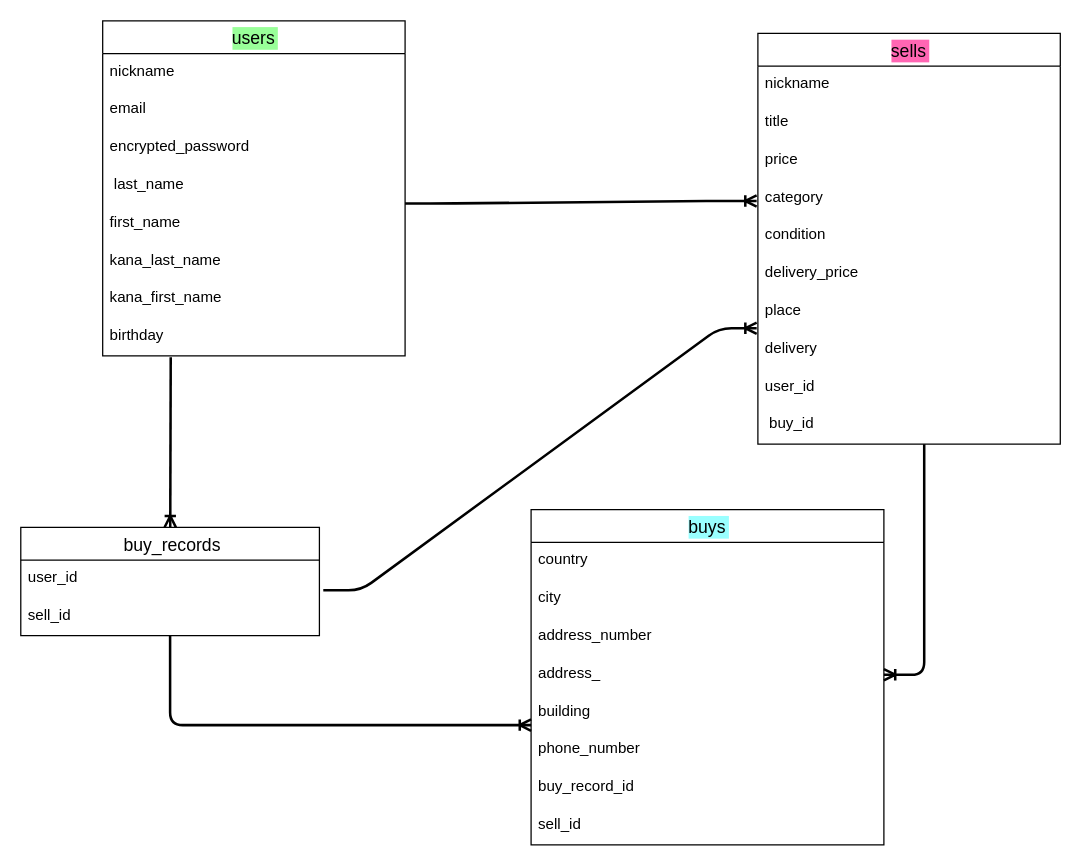
The draw.io diagram furima.dio in utidayudai/furima-38448, before the edit. Source tidied: cells renumbered, new cells numbered last; positions are measured from the earlier drawing's top-left corner, leaving out a move shared by most shapes. Both pictures are drawn from the tidied source at 126%, with x=0, y=0 at pixel (20, 20).
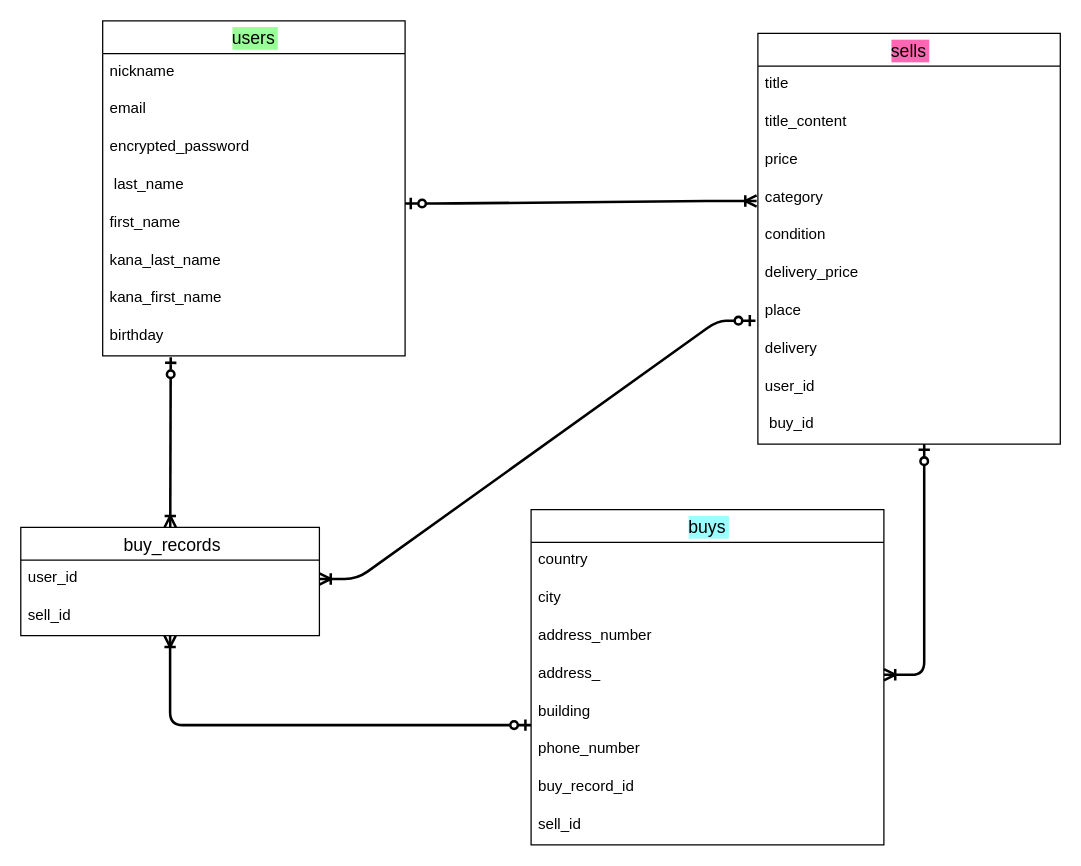
After the change.

Unchanged cells that the change refers to:
```xml
<mxCell id="11" value="birthday" style="text;strokeColor=none;fillColor=none;spacingLeft=4;spacingRight=4;overflow=hidden;points=[[0,0.5],[1,0.5]];portConstraint=eastwest;fontSize=12;" parent="3" vertex="1">
  <mxGeometry y="236" width="240" height="30" as="geometry" />
</mxCell>
<mxCell id="13" value="sells" style="swimlane;fontStyle=0;horizontal=1;startSize=26;align=center;fontSize=14;labelBackgroundColor=#FF66B3;" parent="1" vertex="1">
  <mxGeometry x="585" y="10" width="240" height="326" as="geometry" />
</mxCell>
<mxCell id="20" value="place" style="text;strokeColor=none;fillColor=none;spacingLeft=4;spacingRight=4;overflow=hidden;points=[[0,0.5],[1,0.5]];portConstraint=eastwest;fontSize=12;labelBackgroundColor=none;" parent="13" vertex="1">
  <mxGeometry y="206" width="240" height="30" as="geometry" />
</mxCell>
<mxCell id="21" value="delivery" style="text;strokeColor=none;fillColor=none;spacingLeft=4;spacingRight=4;overflow=hidden;points=[[0,0.5],[1,0.5]];portConstraint=eastwest;fontSize=12;labelBackgroundColor=none;" parent="13" vertex="1">
  <mxGeometry y="236" width="240" height="30" as="geometry" />
</mxCell>
<mxCell id="23" value=" buy_id" style="text;strokeColor=none;fillColor=none;spacingLeft=4;spacingRight=4;overflow=hidden;points=[[0,0.5],[1,0.5]];portConstraint=eastwest;fontSize=12;labelBackgroundColor=none;" parent="13" vertex="1">
  <mxGeometry y="296" width="240" height="30" as="geometry" />
</mxCell>
<mxCell id="28" value="address_" style="text;strokeColor=none;fillColor=none;spacingLeft=4;spacingRight=4;overflow=hidden;points=[[0,0.5],[1,0.5]];portConstraint=eastwest;fontSize=12;" parent="24" vertex="1">
  <mxGeometry y="116" width="280" height="30" as="geometry" />
</mxCell>
<mxCell id="29" value="building" style="text;strokeColor=none;fillColor=none;spacingLeft=4;spacingRight=4;overflow=hidden;points=[[0,0.5],[1,0.5]];portConstraint=eastwest;fontSize=12;" parent="24" vertex="1">
  <mxGeometry y="146" width="280" height="30" as="geometry" />
</mxCell>
<mxCell id="35" value=" buy_records" style="swimlane;fontStyle=0;horizontal=1;startSize=26;align=center;fontSize=14;" parent="1" vertex="1">
  <mxGeometry y="402" width="237" height="86" as="geometry" />
</mxCell>
<mxCell id="36" value="user_id" style="text;strokeColor=none;fillColor=none;spacingLeft=4;spacingRight=4;overflow=hidden;points=[[0,0.5],[1,0.5]];portConstraint=eastwest;fontSize=12;" parent="35" vertex="1">
  <mxGeometry y="26" width="237" height="30" as="geometry" />
</mxCell>
```

What changed in the source:
```diff
@@
-    <mxCell id="2" style="edgeStyle=none;html=1;endArrow=ERoneToMany;endFill=0;strokeWidth=2;exitX=0.225;exitY=1.033;exitDx=0;exitDy=0;exitPerimeter=0;" parent="1" edge="1" source="11" target="35">
+    <mxCell id="2" style="edgeStyle=none;html=1;endArrow=ERoneToMany;endFill=0;strokeWidth=2;exitX=0.225;exitY=1.033;exitDx=0;exitDy=0;exitPerimeter=0;startArrow=ERzeroToOne;startFill=0;" parent="1" edge="1" source="11" target="35">
       <mxGeometry relative="1" as="geometry" />
     </mxCell>
@@
-    <mxCell id="12" style="edgeStyle=orthogonalEdgeStyle;html=1;endArrow=ERoneToMany;endFill=0;strokeWidth=2;exitX=0.55;exitY=1;exitDx=0;exitDy=0;exitPerimeter=0;entryX=1;entryY=0.5;entryDx=0;entryDy=0;" parent="1" edge="1" source="23" target="28">
+    <mxCell id="12" style="edgeStyle=orthogonalEdgeStyle;html=1;endArrow=ERoneToMany;endFill=0;strokeWidth=2;exitX=0.55;exitY=1;exitDx=0;exitDy=0;exitPerimeter=0;entryX=1;entryY=0.5;entryDx=0;entryDy=0;startArrow=ERzeroToOne;startFill=0;" parent="1" edge="1" source="23" target="28">
       <mxGeometry relative="1" as="geometry" />
     </mxCell>
@@
-    <mxCell id="14" value="nickname" style="text;strokeColor=none;fillColor=none;spacingLeft=4;spacingRight=4;overflow=hidden;fontSize=12;labelBackgroundColor=none;" parent="13" vertex="1">
+    <mxCell id="14" value="title" style="text;strokeColor=none;fillColor=none;spacingLeft=4;spacingRight=4;overflow=hidden;fontSize=12;labelBackgroundColor=none;" parent="13" vertex="1">
       <mxGeometry y="26" width="240" height="30" as="geometry" />
     </mxCell>
-    <mxCell id="15" value="title" style="text;strokeColor=none;fillColor=none;spacingLeft=4;spacingRight=4;overflow=hidden;fontSize=12;labelBackgroundColor=none;" parent="13" vertex="1">
+    <mxCell id="15" value="title_content" style="text;strokeColor=none;fillColor=none;spacingLeft=4;spacingRight=4;overflow=hidden;fontSize=12;labelBackgroundColor=none;" parent="13" vertex="1">
       <mxGeometry y="56" width="240" height="30" as="geometry" />
     </mxCell>
@@
-    <mxCell id="33" style="edgeStyle=entityRelationEdgeStyle;fontSize=12;html=1;endArrow=ERoneToMany;strokeWidth=2;elbow=vertical;jumpSize=7;" parent="1" edge="1">
+    <mxCell id="33" style="edgeStyle=entityRelationEdgeStyle;fontSize=12;html=1;endArrow=ERoneToMany;strokeWidth=2;elbow=vertical;jumpSize=7;startArrow=ERzeroToOne;startFill=0;" parent="1" edge="1">
       <mxGeometry relative="1" as="geometry">
         <mxPoint x="305" y="145" as="sourcePoint" />
         <mxPoint x="584" y="143" as="targetPoint" />
       </mxGeometry>
     </mxCell>
-    <mxCell id="34" style="edgeStyle=orthogonalEdgeStyle;html=1;entryX=0;entryY=0.833;entryDx=0;entryDy=0;entryPerimeter=0;endArrow=ERoneToMany;endFill=0;strokeWidth=2;" parent="1" edge="1" source="35" target="29">
+    <mxCell id="34" style="edgeStyle=orthogonalEdgeStyle;html=1;entryX=0;entryY=0.833;entryDx=0;entryDy=0;entryPerimeter=0;endArrow=ERzeroToOne;endFill=0;strokeWidth=2;startArrow=ERoneToMany;startFill=0;" parent="1" edge="1" source="35" target="29">
       <mxGeometry relative="1" as="geometry" />
     </mxCell>
@@
-    <mxCell id="38" style="edgeStyle=entityRelationEdgeStyle;fontSize=12;html=1;endArrow=ERoneToMany;startArrow=none;strokeWidth=2;exitX=1.013;exitY=0.8;exitDx=0;exitDy=0;exitPerimeter=0;entryX=-0.004;entryY=-0.067;entryDx=0;entryDy=0;entryPerimeter=0;endFill=0;startFill=0;" parent="1" edge="1" source="36" target="21">
-      <mxGeometry relative="1" as="geometry" />
-    </mxCell>
+    <mxCell id="39" style="edgeStyle=entityRelationEdgeStyle;fontSize=12;html=1;endArrow=ERzeroToOne;startArrow=ERoneToMany;strokeWidth=2;entryX=-0.008;entryY=0.733;entryDx=0;entryDy=0;entryPerimeter=0;exitX=1;exitY=0.5;exitDx=0;exitDy=0;endFill=0;startFill=0;" parent="1" edge="1" source="36" target="20">
+      <mxGeometry relative="1" as="geometry" />
+    </mxCell>
```
